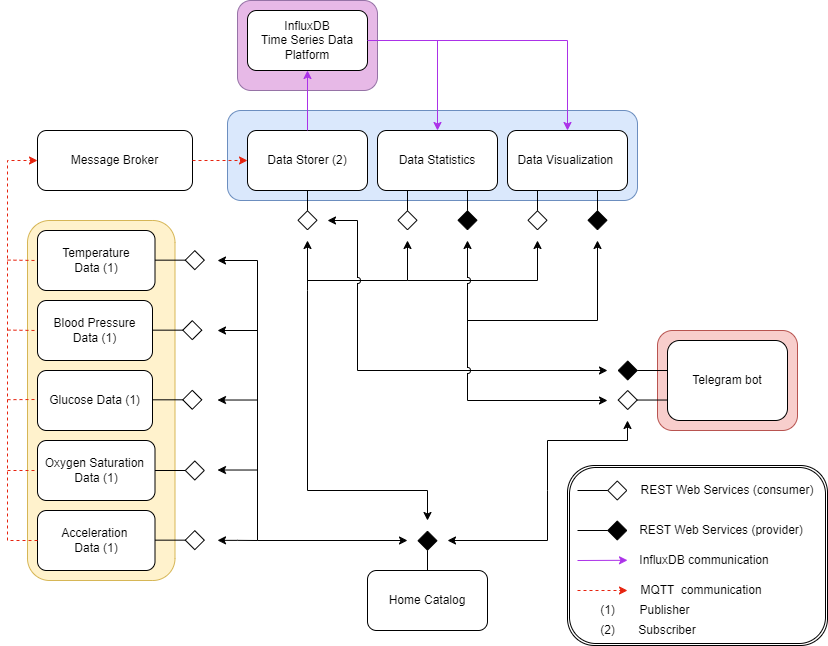
The draw.io diagram Diagram/UseCaseDiagram.png in vitorkomar/iot_project, before a commit. Source tidied: cells renumbered, new cells last; positions are measured from the earlier drawing's top-left corner, leaving out a move shared by most shapes.
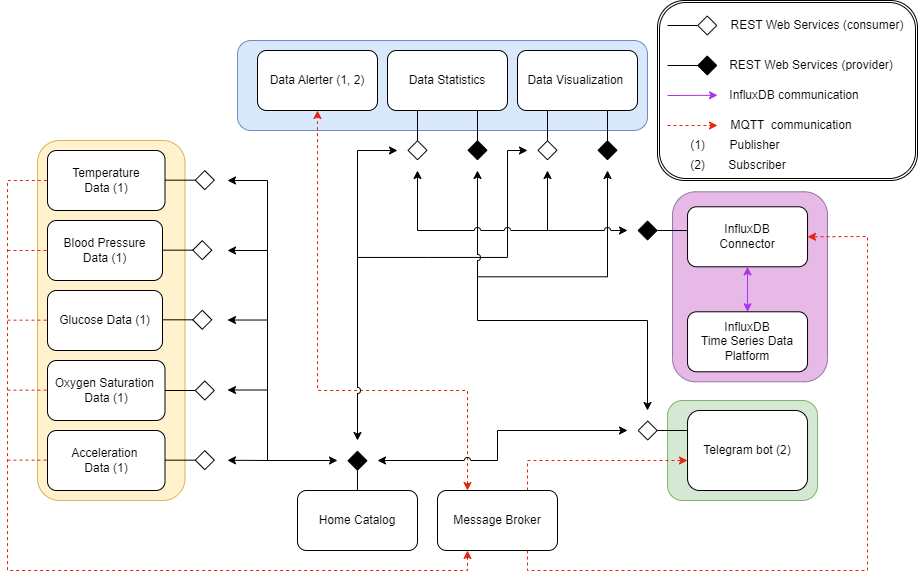
The same diagram one commit later.

Commit message:
updated Use Case Diagram

What changed in the source:
```diff
@@ -4,2 +4,25 @@
     <mxCell id="1" parent="0" />
+    <mxCell id="15" value="z" style="rounded=1;whiteSpace=wrap;html=1;fillColor=#dae8fc;strokeColor=#6c8ebf;" parent="1" vertex="1">
+      <mxGeometry x="220" y="120" width="410" height="90" as="geometry" />
+    </mxCell>
+    <mxCell id="10" style="rounded=1;whiteSpace=wrap;html=1;fillColor=#d5e8d4;strokeColor=#82b366;" parent="1" vertex="1">
+      <mxGeometry x="650" y="480" width="150" height="100" as="geometry" />
+    </mxCell>
+    <mxCell id="33" style="endArrow=classic;html=1;rounded=0;dashed=1;strokeColor=#E6230E;exitX=0.25;exitY=0;exitDx=0;exitDy=0;startArrow=classic;startFill=1;entryX=0.5;entryY=0;entryDx=0;entryDy=0;endFill=1;jumpStyle=arc;" parent="1" edge="1" source="8" target="16">
+      <mxGeometry relative="1" as="geometry">
+        <Array as="points">
+          <mxPoint x="450" y="470" />
+          <mxPoint x="300" y="470" />
+          <mxPoint x="300" y="210" />
+        </Array>
+      </mxGeometry>
+    </mxCell>
+    <mxCell id="65" style="endArrow=classic;html=1;rounded=0;dashed=1;strokeColor=#E6230E;exitX=0.75;exitY=0;exitDx=0;exitDy=0;startArrow=none;startFill=0;endFill=1;jumpStyle=arc;" parent="1" edge="1" source="8">
+      <mxGeometry relative="1" as="geometry">
+        <mxPoint x="670" y="540" as="targetPoint" />
+        <Array as="points">
+          <mxPoint x="510" y="540" />
+        </Array>
+      </mxGeometry>
+    </mxCell>
     <mxCell id="2" style="rounded=1;whiteSpace=wrap;html=1;direction=south;fillColor=#fff2cc;strokeColor=#d6b656;" parent="1" vertex="1">
@@ -13,3 +36,3 @@
     </mxCell>
-    <mxCell id="5" value="Glucose&amp;nbsp;&lt;span style=&quot;background-color: initial;&quot;&gt;Data (1)&lt;/span&gt;&lt;span style=&quot;background-color: initial; white-space: pre;&quot;&gt;&#9;&lt;/span&gt;" style="rounded=1;whiteSpace=wrap;html=1;" parent="1" vertex="1">
+    <mxCell id="5" value="Glucose&amp;nbsp;&lt;span style=&quot;background-color: initial;&quot;&gt;Data (1)&lt;/span&gt;" style="rounded=1;whiteSpace=wrap;html=1;" parent="1" vertex="1">
       <mxGeometry x="30" y="370" width="115" height="60" as="geometry" />
@@ -22,13 +45,7 @@
     </mxCell>
-    <mxCell id="8" value="Message Broker" style="rounded=1;whiteSpace=wrap;html=1;" parent="1" vertex="1">
-      <mxGeometry x="30" y="130" width="155" height="60" as="geometry" />
-    </mxCell>
     <mxCell id="9" value="Home Catalog" style="rounded=1;whiteSpace=wrap;html=1;" parent="1" vertex="1">
-      <mxGeometry x="360" y="570" width="120" height="60" as="geometry" />
+      <mxGeometry x="280" y="570" width="120" height="60" as="geometry" />
     </mxCell>
-    <mxCell id="10" style="rounded=1;whiteSpace=wrap;html=1;fillColor=#f8cecc;strokeColor=#b85450;" parent="1" vertex="1">
-      <mxGeometry x="650" y="330" width="140" height="100" as="geometry" />
-    </mxCell>
-    <mxCell id="11" value="Telegram bot" style="rounded=1;whiteSpace=wrap;html=1;" parent="1" vertex="1">
-      <mxGeometry x="660" y="340" width="120" height="80" as="geometry" />
+    <mxCell id="11" value="Telegram bot (2)" style="rounded=1;whiteSpace=wrap;html=1;" parent="1" vertex="1">
+      <mxGeometry x="670" y="490" width="120" height="80" as="geometry" />
     </mxCell>
@@ -36,4 +53,4 @@
       <mxGeometry relative="1" as="geometry">
-        <mxPoint x="420" y="570" as="sourcePoint" />
-        <mxPoint x="420" y="530" as="targetPoint" />
+        <mxPoint x="340" y="570" as="sourcePoint" />
+        <mxPoint x="340" y="530" as="targetPoint" />
       </mxGeometry>
@@ -42,16 +59,7 @@
       <mxGeometry relative="1" as="geometry">
-        <mxPoint x="660" y="399.5" as="sourcePoint" />
-        <mxPoint x="610" y="399.5" as="targetPoint" />
+        <mxPoint x="670" y="510" as="sourcePoint" />
+        <mxPoint x="620" y="510" as="targetPoint" />
       </mxGeometry>
     </mxCell>
-    <mxCell id="14" style="endArrow=diamond;endFill=1;endSize=18;html=1;rounded=0;exitX=0;exitY=0.75;exitDx=0;exitDy=0;" parent="1" edge="1">
-      <mxGeometry relative="1" as="geometry">
-        <mxPoint x="660" y="370" as="sourcePoint" />
-        <mxPoint x="610" y="370" as="targetPoint" />
-      </mxGeometry>
-    </mxCell>
-    <mxCell id="15" style="rounded=1;whiteSpace=wrap;html=1;fillColor=#dae8fc;strokeColor=#6c8ebf;" parent="1" vertex="1">
-      <mxGeometry x="220" y="110" width="410" height="90" as="geometry" />
-    </mxCell>
-    <mxCell id="16" value="Data Storer (2)" style="rounded=1;whiteSpace=wrap;html=1;shadow=0;direction=west;flipH=0;flipV=0;" parent="1" vertex="1">
+    <mxCell id="16" value="Data Alerter (1, 2)" style="rounded=1;whiteSpace=wrap;html=1;shadow=0;direction=west;flipH=0;flipV=0;" parent="1" vertex="1">
       <mxGeometry x="240" y="130" width="120" height="60" as="geometry" />
@@ -66,3 +74,3 @@
       <mxGeometry relative="1" as="geometry">
-        <mxPoint x="590" y="230" as="targetPoint" />
+        <mxPoint x="590" y="240" as="targetPoint" />
       </mxGeometry>
@@ -71,10 +79,5 @@
       <mxGeometry relative="1" as="geometry">
-        <mxPoint x="460" y="230" as="targetPoint" />
+        <mxPoint x="460" y="240" as="targetPoint" />
       </mxGeometry>
     </mxCell>
-    <mxCell id="21" style="endArrow=diamond;endFill=0;endSize=18;html=1;rounded=0;exitX=0.5;exitY=0;exitDx=0;exitDy=0;shadow=0;" parent="1" edge="1" source="16">
-      <mxGeometry relative="1" as="geometry">
-        <mxPoint x="300" y="230" as="targetPoint" />
-      </mxGeometry>
-    </mxCell>
     <mxCell id="22" style="endArrow=diamond;endFill=0;endSize=18;html=1;rounded=0;exitX=0;exitY=0.25;exitDx=0;exitDy=0;" parent="1" edge="1">
@@ -109,53 +112,18 @@
     </mxCell>
-    <mxCell id="27" style="endArrow=classic;html=1;rounded=0;exitX=0;exitY=0.5;exitDx=0;exitDy=0;entryX=0;entryY=0.5;entryDx=0;entryDy=0;strokeColor=#E6230E;dashed=1;" parent="1" edge="1" source="7" target="8">
-      <mxGeometry relative="1" as="geometry">
-        <Array as="points">
-          <mxPoint y="540" />
-          <mxPoint y="350" />
-          <mxPoint y="160" />
-        </Array>
-      </mxGeometry>
-    </mxCell>
-    <mxCell id="28" style="endArrow=none;html=1;rounded=0;entryX=0;entryY=0.5;entryDx=0;entryDy=0;dashed=1;strokeColor=#E6230E;" parent="1" edge="1" target="6">
-      <mxGeometry relative="1" as="geometry">
-        <mxPoint y="470" as="sourcePoint" />
-      </mxGeometry>
-    </mxCell>
-    <mxCell id="29" style="endArrow=none;html=1;rounded=0;dashed=1;strokeColor=#E6230E;" parent="1" edge="1">
-      <mxGeometry relative="1" as="geometry">
-        <mxPoint y="399.2" as="sourcePoint" />
-        <mxPoint x="30" y="399" as="targetPoint" />
-      </mxGeometry>
-    </mxCell>
-    <mxCell id="30" style="endArrow=none;html=1;rounded=0;dashed=1;strokeColor=#E6230E;" parent="1" edge="1">
-      <mxGeometry relative="1" as="geometry">
-        <mxPoint y="329.6" as="sourcePoint" />
-        <mxPoint x="30" y="330" as="targetPoint" />
-      </mxGeometry>
-    </mxCell>
     <mxCell id="31" style="rounded=1;whiteSpace=wrap;html=1;fillColor=#E7B9E7;strokeColor=#9673a6;gradientColor=none;fillStyle=auto;" parent="1" vertex="1">
-      <mxGeometry x="230" width="140" height="90" as="geometry" />
+      <mxGeometry x="655" y="271.3" width="155" height="190" as="geometry" />
     </mxCell>
-    <mxCell id="32" style="endArrow=none;html=1;rounded=0;dashed=1;strokeColor=#E6230E;" parent="1" edge="1">
+    <mxCell id="32" style="endArrow=none;html=1;rounded=0;dashed=1;strokeColor=#E6230E;exitX=0.25;exitY=1;exitDx=0;exitDy=0;startArrow=classic;startFill=1;" parent="1" edge="1" source="8">
       <mxGeometry relative="1" as="geometry">
-        <mxPoint y="259.6" as="sourcePoint" />
         <mxPoint x="30" y="260" as="targetPoint" />
+        <Array as="points">
+          <mxPoint x="450" y="650" />
+          <mxPoint x="-10" y="650" />
+          <mxPoint x="-10" y="260" />
+        </Array>
       </mxGeometry>
     </mxCell>
-    <mxCell id="33" style="endArrow=classic;html=1;rounded=0;exitX=1;exitY=0.5;exitDx=0;exitDy=0;entryX=1;entryY=0.5;entryDx=0;entryDy=0;strokeColor=#E6230E;dashed=1;" parent="1" edge="1" source="8" target="16">
-      <mxGeometry relative="1" as="geometry" />
-    </mxCell>
     <mxCell id="34" value="InfluxDB&lt;div&gt;Time Series Data Platform&lt;/div&gt;" style="rounded=1;whiteSpace=wrap;html=1;shadow=0;direction=west;flipH=0;flipV=0;" parent="1" vertex="1">
-      <mxGeometry x="240" y="10" width="120" height="60" as="geometry" />
+      <mxGeometry x="670" y="391.3" width="120" height="60" as="geometry" />
     </mxCell>
-    <mxCell id="35" style="endArrow=classic;html=1;rounded=0;exitX=0.5;exitY=1;exitDx=0;exitDy=0;strokeColor=#AB31E8;entryX=0.5;entryY=0;entryDx=0;entryDy=0;" parent="1" edge="1" source="16" target="34">
-      <mxGeometry relative="1" as="geometry" />
-    </mxCell>
-    <mxCell id="36" style="endArrow=classic;html=1;rounded=0;exitX=0;exitY=0.5;exitDx=0;exitDy=0;strokeColor=#AB31E8;entryX=0.5;entryY=1;entryDx=0;entryDy=0;" parent="1" edge="1" source="34" target="18">
-      <mxGeometry relative="1" as="geometry">
-        <Array as="points">
-          <mxPoint x="560" y="40" />
-        </Array>
-      </mxGeometry>
-    </mxCell>
     <mxCell id="37" style="endArrow=classic;startArrow=classic;html=1;rounded=0;" parent="1" edge="1">
@@ -163,3 +131,3 @@
         <mxPoint x="210" y="260" as="sourcePoint" />
-        <mxPoint x="400" y="540" as="targetPoint" />
+        <mxPoint x="320" y="540" as="targetPoint" />
         <Array as="points">
@@ -199,3 +167,3 @@
       <mxGeometry relative="1" as="geometry">
-        <mxPoint x="400" y="230" as="targetPoint" />
+        <mxPoint x="400" y="240" as="targetPoint" />
       </mxGeometry>
@@ -204,22 +172,13 @@
       <mxGeometry relative="1" as="geometry">
-        <mxPoint x="530" y="230" as="targetPoint" />
+        <mxPoint x="530" y="240" as="targetPoint" />
       </mxGeometry>
     </mxCell>
-    <mxCell id="44" style="endArrow=classic;startArrow=classic;html=1;rounded=0;" parent="1" edge="1">
-      <mxGeometry relative="1" as="geometry">
-        <mxPoint x="300" y="240" as="sourcePoint" />
-        <mxPoint x="420" y="520" as="targetPoint" />
-        <Array as="points">
-          <mxPoint x="300" y="290" />
-          <mxPoint x="300" y="490" />
-          <mxPoint x="420" y="490" />
-        </Array>
-      </mxGeometry>
-    </mxCell>
-    <mxCell id="45" style="endArrow=classic;html=1;rounded=0;" parent="1" edge="1">
+    <mxCell id="45" style="endArrow=classic;html=1;rounded=0;endFill=1;strokeColor=default;startArrow=classic;startFill=1;jumpStyle=arc;" parent="1" edge="1">
       <mxGeometry relative="1" as="geometry">
-        <mxPoint x="300" y="280" as="sourcePoint" />
-        <mxPoint x="400" y="240" as="targetPoint" />
+        <mxPoint x="340" y="520" as="sourcePoint" />
+        <mxPoint x="380" y="230" as="targetPoint" />
         <Array as="points">
-          <mxPoint x="400" y="280" />
+          <mxPoint x="340" y="400" />
+          <mxPoint x="340" y="280" />
+          <mxPoint x="340" y="230" />
         </Array>
@@ -229,6 +188,8 @@
       <mxGeometry relative="1" as="geometry">
-        <mxPoint x="400" y="280" as="sourcePoint" />
-        <mxPoint x="530" y="240" as="targetPoint" />
+        <mxPoint x="340" y="336.9" as="sourcePoint" />
+        <mxPoint x="510" y="230" as="targetPoint" />
         <Array as="points">
-          <mxPoint x="530" y="280" />
+          <mxPoint x="410" y="336.9" />
+          <mxPoint x="490" y="336.9" />
+          <mxPoint x="490" y="230" />
         </Array>
@@ -236,11 +197,10 @@
     </mxCell>
-    <mxCell id="47" style="endArrow=classic;startArrow=classic;html=1;rounded=0;" parent="1" edge="1">
+    <mxCell id="47" style="endArrow=classic;startArrow=classic;html=1;rounded=0;jumpStyle=arc;" parent="1" edge="1">
       <mxGeometry relative="1" as="geometry">
-        <mxPoint x="440" y="540" as="sourcePoint" />
-        <mxPoint x="620" y="420" as="targetPoint" />
+        <mxPoint x="360" y="540" as="sourcePoint" />
+        <mxPoint x="610" y="510" as="targetPoint" />
         <Array as="points">
-          <mxPoint x="540" y="540" />
-          <mxPoint x="540" y="490" />
-          <mxPoint x="540" y="440" />
-          <mxPoint x="620" y="440" />
+          <mxPoint x="480" y="540" />
+          <mxPoint x="480" y="510" />
+          <mxPoint x="570" y="510" />
         </Array>
@@ -248,16 +208,6 @@
     </mxCell>
-    <mxCell id="48" style="endArrow=classic;startArrow=classic;html=1;rounded=0;jumpStyle=arc;" parent="1" edge="1">
-      <mxGeometry relative="1" as="geometry">
-        <mxPoint x="320" y="220" as="sourcePoint" />
-        <mxPoint x="600" y="370" as="targetPoint" />
-        <Array as="points">
-          <mxPoint x="350" y="220" />
-          <mxPoint x="350" y="370" />
-        </Array>
-      </mxGeometry>
-    </mxCell>
     <mxCell id="49" style="endArrow=classic;startArrow=classic;html=1;rounded=0;jumpStyle=arc;" parent="1" edge="1">
       <mxGeometry relative="1" as="geometry">
-        <mxPoint x="460" y="240" as="sourcePoint" />
-        <mxPoint x="600" y="400" as="targetPoint" />
+        <mxPoint x="460" y="250" as="sourcePoint" />
+        <mxPoint x="630" y="490" as="targetPoint" />
         <Array as="points">
@@ -265,2 +215,3 @@
           <mxPoint x="460" y="400" />
+          <mxPoint x="630" y="400" />
         </Array>
@@ -270,6 +221,6 @@
       <mxGeometry relative="1" as="geometry">
-        <mxPoint x="460" y="320" as="sourcePoint" />
-        <mxPoint x="590" y="240" as="targetPoint" />
+        <mxPoint x="460" y="356.3" as="sourcePoint" />
+        <mxPoint x="590" y="250" as="targetPoint" />
         <Array as="points">
-          <mxPoint x="590" y="320" />
+          <mxPoint x="590" y="356.3" />
         </Array>
@@ -277,27 +228,22 @@
     </mxCell>
-    <mxCell id="51" style="endArrow=classic;html=1;rounded=0;strokeColor=#AB31E8;entryX=0.5;entryY=1;entryDx=0;entryDy=0;" parent="1" edge="1" target="17">
-      <mxGeometry relative="1" as="geometry">
-        <mxPoint x="430" y="40" as="sourcePoint" />
-      </mxGeometry>
-    </mxCell>
     <mxCell id="52" style="shape=ext;double=1;rounded=1;whiteSpace=wrap;html=1;" parent="1" vertex="1">
-      <mxGeometry x="560" y="465" width="260" height="180" as="geometry" />
+      <mxGeometry x="640" y="80" width="260" height="180" as="geometry" />
     </mxCell>
     <mxCell id="53" value="REST Web Services (consumer)" style="text;html=1;align=center;verticalAlign=middle;whiteSpace=wrap;rounded=0;" parent="1" vertex="1">
-      <mxGeometry x="630" y="475" width="180" height="30" as="geometry" />
+      <mxGeometry x="710" y="90" width="180" height="30" as="geometry" />
     </mxCell>
     <mxCell id="54" value="REST Web Services (provider)" style="text;html=1;align=center;verticalAlign=middle;whiteSpace=wrap;rounded=0;" parent="1" vertex="1">
-      <mxGeometry x="630" y="515" width="167.5" height="30" as="geometry" />
+      <mxGeometry x="710" y="130" width="167.5" height="30" as="geometry" />
     </mxCell>
     <mxCell id="55" value="MQTT&amp;nbsp; communication" style="text;html=1;align=center;verticalAlign=middle;whiteSpace=wrap;rounded=0;" parent="1" vertex="1">
-      <mxGeometry x="630" y="575" width="127.5" height="30" as="geometry" />
+      <mxGeometry x="710" y="190" width="127.5" height="30" as="geometry" />
     </mxCell>
     <mxCell id="56" value="Publisher" style="text;html=1;align=center;verticalAlign=middle;whiteSpace=wrap;rounded=0;" parent="1" vertex="1">
-      <mxGeometry x="620" y="595" width="75" height="30" as="geometry" />
+      <mxGeometry x="700" y="210" width="75" height="30" as="geometry" />
     </mxCell>
     <mxCell id="57" value="Subscriber" style="text;html=1;align=center;verticalAlign=middle;whiteSpace=wrap;rounded=0;" parent="1" vertex="1">
-      <mxGeometry x="620" y="615" width="80" height="30" as="geometry" />
+      <mxGeometry x="700" y="230" width="80" height="30" as="geometry" />
     </mxCell>
     <mxCell id="58" value="InfluxDB communication" style="text;html=1;align=center;verticalAlign=middle;whiteSpace=wrap;rounded=0;" parent="1" vertex="1">
-      <mxGeometry x="630" y="545" width="133.8" height="30" as="geometry" />
+      <mxGeometry x="710" y="160" width="133.8" height="30" as="geometry" />
     </mxCell>
@@ -305,4 +251,4 @@
       <mxGeometry relative="1" as="geometry">
-        <mxPoint x="570" y="590" as="sourcePoint" />
-        <mxPoint x="620" y="590" as="targetPoint" />
+        <mxPoint x="650" y="205" as="sourcePoint" />
+        <mxPoint x="700" y="205" as="targetPoint" />
       </mxGeometry>
@@ -311,4 +257,4 @@
       <mxGeometry relative="1" as="geometry">
-        <mxPoint x="570" y="490" as="sourcePoint" />
-        <mxPoint x="620" y="490" as="targetPoint" />
+        <mxPoint x="650" y="105" as="sourcePoint" />
+        <mxPoint x="700" y="105" as="targetPoint" />
       </mxGeometry>
@@ -316,3 +262,3 @@
     <mxCell id="61" value="(1)" style="text;html=1;align=center;verticalAlign=middle;strokeColor=none;fillColor=none;" parent="1" vertex="1">
-      <mxGeometry x="580" y="595" width="40" height="30" as="geometry" />
+      <mxGeometry x="660" y="210" width="40" height="30" as="geometry" />
     </mxCell>
@@ -320,4 +266,4 @@
       <mxGeometry relative="1" as="geometry">
-        <mxPoint x="570" y="530" as="sourcePoint" />
-        <mxPoint x="620" y="530" as="targetPoint" />
+        <mxPoint x="650" y="145" as="sourcePoint" />
+        <mxPoint x="700" y="145" as="targetPoint" />
       </mxGeometry>
@@ -326,6 +272,6 @@
       <mxGeometry relative="1" as="geometry">
-        <mxPoint x="570" y="560" as="sourcePoint" />
-        <mxPoint x="620" y="559.8" as="targetPoint" />
+        <mxPoint x="650" y="175" as="sourcePoint" />
+        <mxPoint x="700" y="174.8" as="targetPoint" />
         <Array as="points">
-          <mxPoint x="620" y="559.8" />
+          <mxPoint x="700" y="174.8" />
         </Array>
@@ -334,4 +280,91 @@
     <mxCell id="64" value="(2)" style="text;html=1;align=center;verticalAlign=middle;strokeColor=none;fillColor=none;" parent="1" vertex="1">
-      <mxGeometry x="580" y="615" width="40" height="30" as="geometry" />
+      <mxGeometry x="660" y="230" width="40" height="30" as="geometry" />
     </mxCell>
+    <mxCell id="66" style="endArrow=none;html=1;rounded=0;dashed=1;strokeColor=#E6230E;entryX=0;entryY=0.5;entryDx=0;entryDy=0;" parent="1" edge="1" target="4">
+      <mxGeometry relative="1" as="geometry">
+        <mxPoint x="-10" y="330" as="sourcePoint" />
+        <Array as="points">
+          <mxPoint x="-10" y="330" />
+        </Array>
+      </mxGeometry>
+    </mxCell>
+    <mxCell id="67" style="endArrow=none;html=1;rounded=0;dashed=1;strokeColor=#E6230E;entryX=0;entryY=0.5;entryDx=0;entryDy=0;" parent="1" edge="1">
+      <mxGeometry relative="1" as="geometry">
+        <mxPoint x="-10" y="399.7" as="sourcePoint" />
+        <mxPoint x="30" y="399.7" as="targetPoint" />
+        <Array as="points">
+          <mxPoint x="-10" y="399.7" />
+        </Array>
+      </mxGeometry>
+    </mxCell>
+    <mxCell id="68" style="endArrow=none;html=1;rounded=0;dashed=1;strokeColor=#E6230E;entryX=0;entryY=0.5;entryDx=0;entryDy=0;" parent="1" edge="1">
+      <mxGeometry relative="1" as="geometry">
+        <mxPoint x="-10" y="469.7" as="sourcePoint" />
+        <mxPoint x="30" y="469.7" as="targetPoint" />
+        <Array as="points">
+          <mxPoint x="-10" y="469.7" />
+        </Array>
+      </mxGeometry>
+    </mxCell>
+    <mxCell id="69" style="endArrow=none;html=1;rounded=0;dashed=1;strokeColor=#E6230E;entryX=0;entryY=0.5;entryDx=0;entryDy=0;" parent="1" edge="1">
+      <mxGeometry relative="1" as="geometry">
+        <mxPoint x="-10" y="539.7" as="sourcePoint" />
+        <mxPoint x="30" y="539.7" as="targetPoint" />
+        <Array as="points">
+          <mxPoint x="-10" y="539.7" />
+        </Array>
+      </mxGeometry>
+    </mxCell>
+    <mxCell id="70" style="endArrow=classic;html=1;rounded=0;dashed=1;strokeColor=#E6230E;exitX=0.25;exitY=0;exitDx=0;exitDy=0;startArrow=classic;startFill=1;entryX=0.004;entryY=0.334;entryDx=0;entryDy=0;endFill=1;jumpStyle=arc;entryPerimeter=0;" parent="1" edge="1" target="8">
+      <mxGeometry relative="1" as="geometry">
+        <mxPoint x="490" y="620" as="sourcePoint" />
+      </mxGeometry>
+    </mxCell>
+    <mxCell id="8" value="Message Broker" style="rounded=1;whiteSpace=wrap;html=1;" parent="1" vertex="1">
+      <mxGeometry x="420" y="570" width="120" height="60" as="geometry" />
+    </mxCell>
+    <mxCell id="71" value="InfluxDB&lt;div&gt;Connector&lt;/div&gt;" style="rounded=1;whiteSpace=wrap;html=1;shadow=0;direction=west;flipH=0;flipV=0;" parent="1" vertex="1">
+      <mxGeometry x="670" y="286.3" width="120" height="60" as="geometry" />
+    </mxCell>
+    <mxCell id="72" style="endArrow=classic;html=1;rounded=0;dashed=1;strokeColor=#E6230E;startArrow=none;startFill=0;endFill=1;jumpStyle=arc;entryX=0;entryY=0.5;entryDx=0;entryDy=0;exitX=0.75;exitY=1;exitDx=0;exitDy=0;" parent="1" edge="1" source="8" target="71">
+      <mxGeometry relative="1" as="geometry">
+        <Array as="points">
+          <mxPoint x="510" y="650" />
+          <mxPoint x="630" y="650" />
+          <mxPoint x="850" y="650" />
+          <mxPoint x="850" y="316" />
+        </Array>
+      </mxGeometry>
+    </mxCell>
+    <mxCell id="73" style="endArrow=classic;html=1;rounded=0;strokeColor=#AB31E8;entryX=0.5;entryY=0;entryDx=0;entryDy=0;exitX=0.5;exitY=1;exitDx=0;exitDy=0;startArrow=classic;startFill=1;" parent="1" edge="1" source="34" target="71">
+      <mxGeometry relative="1" as="geometry" />
+    </mxCell>
+    <mxCell id="74" style="endArrow=diamond;endFill=1;endSize=18;html=1;rounded=0;shadow=0;exitX=0.999;exitY=0.376;exitDx=0;exitDy=0;exitPerimeter=0;" parent="1" edge="1">
+      <mxGeometry relative="1" as="geometry">
+        <mxPoint x="670" y="310" as="sourcePoint" />
+        <mxPoint x="619.9" y="310" as="targetPoint" />
+      </mxGeometry>
+    </mxCell>
+    <mxCell id="75" style="endArrow=classic;html=1;rounded=0;jumpStyle=arc;startArrow=classic;startFill=1;" parent="1" edge="1">
+      <mxGeometry relative="1" as="geometry">
+        <mxPoint x="400" y="250" as="sourcePoint" />
+        <mxPoint x="530" y="250" as="targetPoint" />
+        <Array as="points">
+          <mxPoint x="400" y="310" />
+          <mxPoint x="530" y="310" />
+          <mxPoint x="530" y="280" />
+        </Array>
+      </mxGeometry>
+    </mxCell>
+    <mxCell id="76" style="endArrow=classic;html=1;rounded=0;jumpStyle=arc;startArrow=none;startFill=0;" parent="1" edge="1">
+      <mxGeometry relative="1" as="geometry">
+        <mxPoint x="530" y="310" as="sourcePoint" />
+        <mxPoint x="610" y="310" as="targetPoint" />
+        <Array as="points">
+          <mxPoint x="530" y="310" />
+          <mxPoint x="550" y="310" />
+          <mxPoint x="570" y="310" />
+        </Array>
+      </mxGeometry>
+    </mxCell>
   </root>
```
